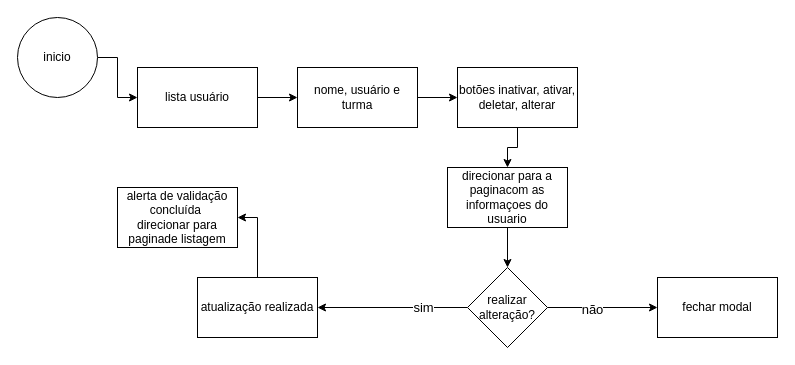
Before: fluxogramas/listagem_alteraçao_usuario.drawio in Samuel-Goulart/cadastro.ativos, a draw.io diagram. Source tidied: cells renumbered, new cells numbered last; positions are measured from the earlier drawing's top-left corner, leaving out a move shared by most shapes. Both pictures are drawn from the tidied source at 100%, with x=0, y=0 at pixel (17, 17).
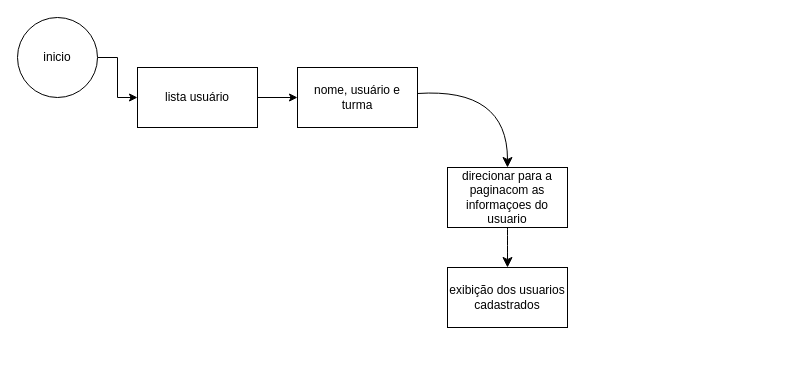
The same diagram, later.

The change refers to these unchanged cells:
```xml
<mxCell id="7" value="nome, usuário e turma" style="whiteSpace=wrap;html=1;" parent="1" vertex="1">
  <mxGeometry x="280" y="50" width="120" height="60" as="geometry" />
</mxCell>
<mxCell id="11" value="direcionar para a paginacom as informaçoes do usuario" style="whiteSpace=wrap;html=1;" parent="1" vertex="1">
  <mxGeometry x="430" y="150" width="120" height="60" as="geometry" />
</mxCell>
```

The edit, as a diff of the source:
```diff
@@
-    <mxCell id="6" style="edgeStyle=orthogonalEdgeStyle;rounded=0;jettySize=auto;html=1;" parent="1" edge="1" source="7" target="9">
-      <mxGeometry relative="1" as="geometry" />
-    </mxCell>
+    <mxCell id="21" style="edgeStyle=none;curved=1;rounded=0;jettySize=auto;html=1;entryX=0.5;entryY=0;entryDx=0;entryDy=0;fontSize=12;startSize=8;endSize=8;" parent="1" edge="1" source="7" target="11">
+      <mxGeometry relative="1" as="geometry">
+        <Array as="points">
+          <mxPoint x="490" y="70" />
+        </Array>
+      </mxGeometry>
+    </mxCell>
@@
-    <mxCell id="8" style="edgeStyle=orthogonalEdgeStyle;rounded=0;jettySize=auto;html=1;" parent="1" edge="1" source="9" target="11">
-      <mxGeometry relative="1" as="geometry" />
-    </mxCell>
-    <mxCell id="9" value="botões inativar, ativar, deletar, alterar" style="whiteSpace=wrap;html=1;" parent="1" vertex="1">
-      <mxGeometry x="440" y="50" width="120" height="60" as="geometry" />
-    </mxCell>
-    <mxCell id="10" style="edgeStyle=orthogonalEdgeStyle;rounded=0;jettySize=auto;html=1;" parent="1" edge="1" source="11" target="16">
-      <mxGeometry relative="1" as="geometry" />
-    </mxCell>
+    <mxCell id="22" style="edgeStyle=none;curved=1;rounded=0;jettySize=auto;html=1;entryX=0.5;entryY=0;entryDx=0;entryDy=0;fontSize=12;startSize=8;endSize=8;" parent="1" edge="1" source="11" target="18">
+      <mxGeometry relative="1" as="geometry" />
+    </mxCell>
@@
-    <mxCell id="12" style="edgeStyle=orthogonalEdgeStyle;rounded=0;jettySize=auto;html=1;" parent="1" edge="1" source="16" target="18">
-      <mxGeometry relative="1" as="geometry" />
-    </mxCell>
-    <mxCell id="13" value="&lt;font style=&quot;font-size: 13px;&quot;&gt;não&lt;/font&gt;" style="edgeLabel;html=1;align=center;verticalAlign=middle;" parent="12" vertex="1">
-      <mxGeometry x="-0.2" y="-1" relative="1" as="geometry" />
-    </mxCell>
-    <mxCell id="14" style="edgeStyle=orthogonalEdgeStyle;rounded=0;jettySize=auto;html=1;entryX=1;entryY=0.5;entryDx=0;entryDy=0;" parent="1" edge="1" source="16" target="20">
-      <mxGeometry relative="1" as="geometry" />
-    </mxCell>
-    <mxCell id="15" value="&lt;font style=&quot;font-size: 13px;&quot;&gt;sim&lt;/font&gt;" style="edgeLabel;html=1;align=center;verticalAlign=middle;" parent="14" vertex="1">
-      <mxGeometry x="-0.4" y="-1" relative="1" as="geometry" />
-    </mxCell>
-    <mxCell id="16" value="realizar&lt;div&gt;alteração?&lt;/div&gt;" style="rhombus;whiteSpace=wrap;html=1;" parent="1" vertex="1">
-      <mxGeometry x="450" y="250" width="80" height="80" as="geometry" />
-    </mxCell>
-    <mxCell id="17" value="alerta de validação concluída&amp;nbsp;&lt;div&gt;direcionar para paginade listagem&lt;/div&gt;" style="whiteSpace=wrap;html=1;" parent="1" vertex="1">
-      <mxGeometry x="100" y="170" width="120" height="60" as="geometry" />
-    </mxCell>
-    <mxCell id="18" value="fechar modal" style="whiteSpace=wrap;html=1;" parent="1" vertex="1">
-      <mxGeometry x="640" y="260" width="120" height="60" as="geometry" />
+    <mxCell id="18" value="exibição dos usuarios cadastrados" style="whiteSpace=wrap;html=1;" parent="1" vertex="1">
+      <mxGeometry x="430" y="250" width="120" height="60" as="geometry" />
     </mxCell>
-    <mxCell id="19" style="edgeStyle=orthogonalEdgeStyle;rounded=0;jettySize=auto;html=1;entryX=1;entryY=0.5;entryDx=0;entryDy=0;" parent="1" edge="1" source="20" target="17">
-      <mxGeometry relative="1" as="geometry" />
-    </mxCell>
-    <mxCell id="20" value="atualização realizada" style="rounded=0;whiteSpace=wrap;html=1;" parent="1" vertex="1">
-      <mxGeometry x="180" y="260" width="120" height="60" as="geometry" />
-    </mxCell>
```
